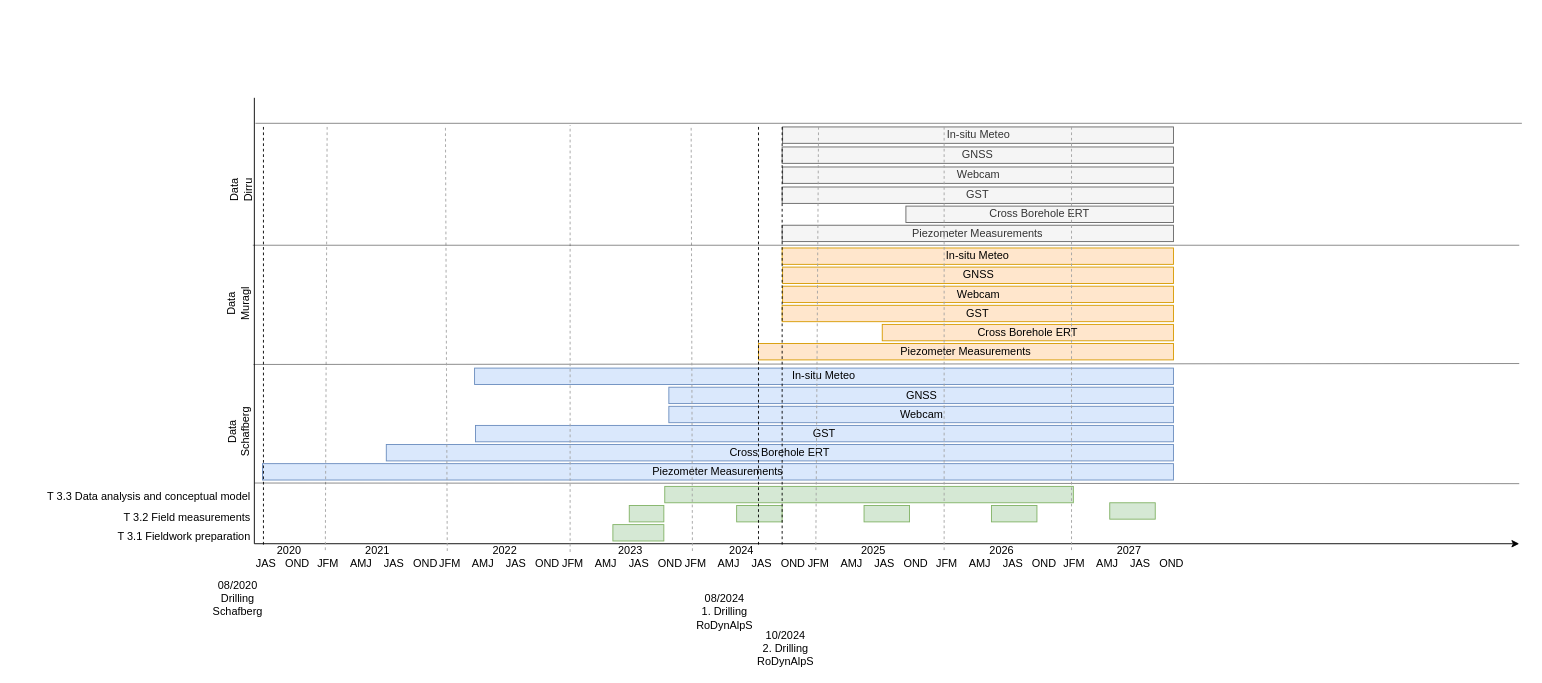
Above: TimeLineRoDynAlpS.drawio in mli2140/mli2140 (draw.io), before the change. Source tidied: cells renumbered, new cells numbered last; positions are measured from the earlier drawing's top-left corner, leaving out a move shared by most shapes. Both pictures are drawn from the tidied source at 91%, with x=0, y=0 at pixel (15, 97).
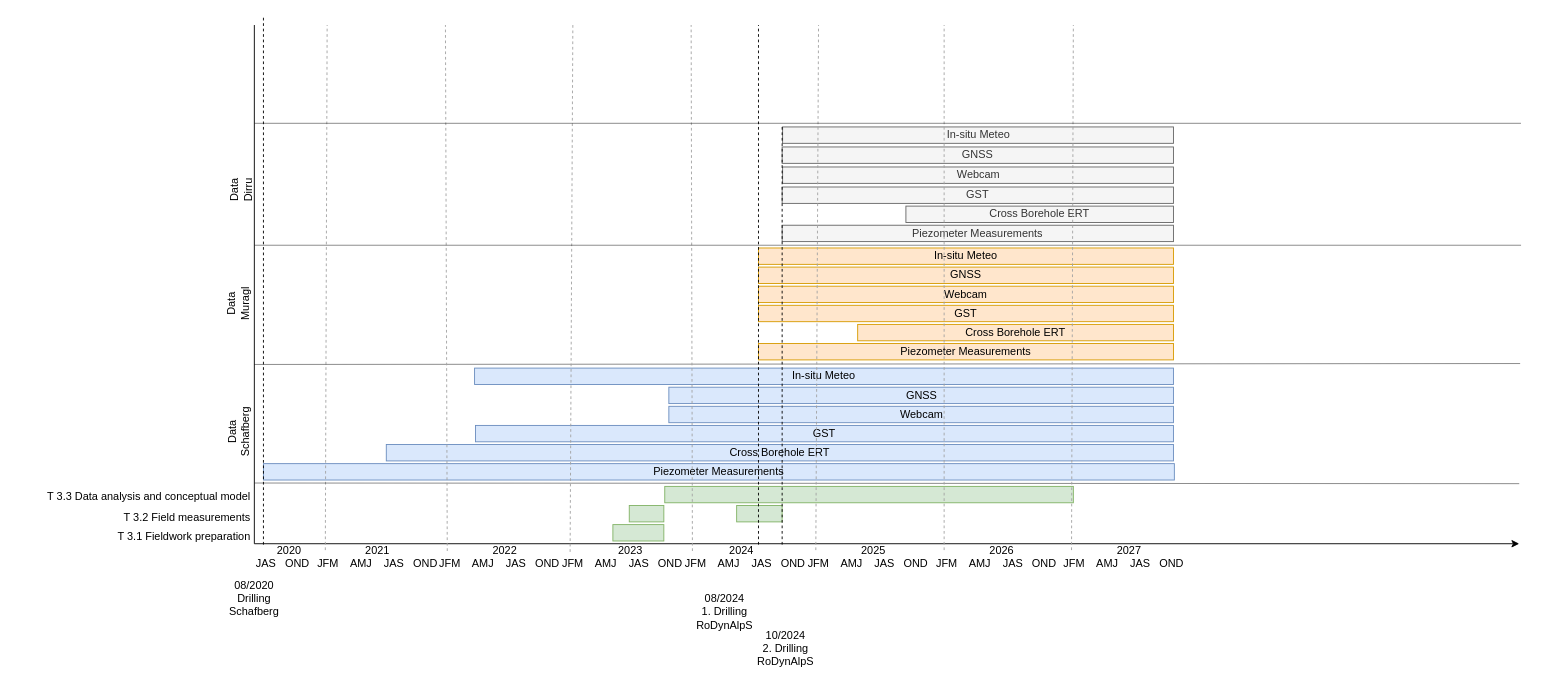
The same page after the edit.

The edit, as a diff of the source:
```diff
@@
     <mxCell id="2" value="Webcam" style="html=1;whiteSpace=wrap;fillColor=#ffe6cc;strokeColor=#d79b00;" parent="1" vertex="1">
-      <mxGeometry x="842.5" y="207" width="429.5" height="18" as="geometry" />
+      <mxGeometry x="816" y="207" width="456" height="18" as="geometry" />
     </mxCell>
     <mxCell id="3" value="GNSS" style="html=1;whiteSpace=wrap;fillColor=#ffe6cc;strokeColor=#d79b00;" parent="1" vertex="1">
-      <mxGeometry x="842.5" y="186" width="429.5" height="18" as="geometry" />
+      <mxGeometry x="816" y="186" width="456" height="18" as="geometry" />
     </mxCell>
     <mxCell id="4" value="In-situ Meteo" style="html=1;whiteSpace=wrap;fillColor=#ffe6cc;strokeColor=#d79b00;" parent="1" vertex="1">
-      <mxGeometry x="842" y="165" width="430" height="18" as="geometry" />
+      <mxGeometry x="816" y="165" width="456" height="18" as="geometry" />
     </mxCell>
@@
     <mxCell id="6" value="Cross Borehole ERT" style="html=1;whiteSpace=wrap;fillColor=#ffe6cc;strokeColor=#d79b00;" parent="1" vertex="1">
-      <mxGeometry x="952" y="249" width="320" height="18" as="geometry" />
+      <mxGeometry x="925" y="249" width="347" height="18" as="geometry" />
     </mxCell>
     <mxCell id="7" value="GST" style="html=1;whiteSpace=wrap;fillColor=#ffe6cc;strokeColor=#d79b00;" parent="1" vertex="1">
-      <mxGeometry x="842" y="228" width="430" height="18" as="geometry" />
+      <mxGeometry x="816" y="228" width="456" height="18" as="geometry" />
     </mxCell>
@@
     <mxCell id="17" value="Piezometer Measurements" style="html=1;whiteSpace=wrap;fillColor=#dae8fc;strokeColor=#6c8ebf;" parent="1" vertex="1">
-      <mxGeometry x="271" y="402" width="1001" height="18" as="geometry" />
+      <mxGeometry x="272" y="402" width="1001" height="18" as="geometry" />
     </mxCell>
@@
     <mxCell id="23" style="line;strokeWidth=1;html=1;direction=south;" parent="1" vertex="1">
-      <mxGeometry x="257" width="10" height="490" as="geometry" />
+      <mxGeometry x="257" y="-80" width="10" height="570" as="geometry" />
     </mxCell>
     <mxCell id="24" style="endArrow=none;dashed=1;html=1;rounded=0;" parent="1" edge="1">
       <mxGeometry relative="1" as="geometry">
         <mxPoint x="272" y="491" as="sourcePoint" />
-        <mxPoint x="272" y="30" as="targetPoint" />
+        <mxPoint x="272" y="-90" as="targetPoint" />
       </mxGeometry>
     </mxCell>
     <mxCell id="25" value="&lt;div&gt;08/2020&lt;/div&gt;&lt;div&gt;Drilling Schafberg&lt;br&gt;&lt;/div&gt;" style="text;html=1;strokeColor=none;fillColor=none;align=center;verticalAlign=middle;whiteSpace=wrap;rounded=0;" parent="1" vertex="1">
-      <mxGeometry x="214.3" y="535" width="60" height="30" as="geometry" />
+      <mxGeometry x="232" y="535" width="60" height="30" as="geometry" />
     </mxCell>
     <mxCell id="26" style="endArrow=none;dashed=1;html=1;rounded=0;strokeColor=#A3A3A3;" parent="1" edge="1">
       <mxGeometry relative="1" as="geometry">
         <mxPoint x="340" y="497" as="sourcePoint" />
-        <mxPoint x="342" y="30" as="targetPoint" />
+        <mxPoint x="342" y="-80" as="targetPoint" />
       </mxGeometry>
     </mxCell>
@@
     <mxCell id="29" style="endArrow=none;html=1;rounded=0;exitX=0.554;exitY=0.271;exitDx=0;exitDy=0;exitPerimeter=0;strokeWidth=0.5;" parent="1" edge="1">
       <mxGeometry relative="1" as="geometry">
-        <mxPoint x="261" y="293" as="sourcePoint" />
-        <mxPoint x="1652" y="292" as="targetPoint" />
+        <mxPoint x="262" y="293" as="sourcePoint" />
+        <mxPoint x="1653" y="292" as="targetPoint" />
       </mxGeometry>
     </mxCell>
@@
     <mxCell id="35" style="endArrow=none;dashed=1;html=1;rounded=0;strokeColor=#A3A3A3;" parent="1" edge="1">
       <mxGeometry relative="1" as="geometry">
         <mxPoint x="474" y="498" as="sourcePoint" />
-        <mxPoint x="472" y="30" as="targetPoint" />
+        <mxPoint x="472" y="-80" as="targetPoint" />
       </mxGeometry>
     </mxCell>
     <mxCell id="36" style="endArrow=none;dashed=1;html=1;rounded=0;strokeColor=#A3A3A3;" parent="1" edge="1">
       <mxGeometry relative="1" as="geometry">
         <mxPoint x="609" y="499" as="sourcePoint" />
-        <mxPoint x="609" y="30" as="targetPoint" />
+        <mxPoint x="612" y="-80" as="targetPoint" />
       </mxGeometry>
     </mxCell>
@@
     <mxCell id="45" style="endArrow=none;dashed=1;html=1;rounded=0;strokeColor=#A3A3A3;" parent="1" edge="1">
       <mxGeometry relative="1" as="geometry">
         <mxPoint x="879" y="497" as="sourcePoint" />
-        <mxPoint x="882" y="30" as="targetPoint" />
+        <mxPoint x="882" y="-80" as="targetPoint" />
       </mxGeometry>
     </mxCell>
@@
     <mxCell id="51" style="endArrow=none;dashed=1;html=1;rounded=0;" parent="1" edge="1">
       <mxGeometry relative="1" as="geometry">
         <mxPoint x="816" y="491" as="sourcePoint" />
-        <mxPoint x="816" y="30" as="targetPoint" />
+        <mxPoint x="816" y="-80" as="targetPoint" />
       </mxGeometry>
     </mxCell>
     <mxCell id="52" style="endArrow=none;dashed=1;html=1;rounded=0;strokeColor=#A3A3A3;" parent="1" edge="1">
       <mxGeometry relative="1" as="geometry">
         <mxPoint x="743.4" y="498" as="sourcePoint" />
-        <mxPoint x="742" y="30" as="targetPoint" />
+        <mxPoint x="742" y="-80" as="targetPoint" />
       </mxGeometry>
     </mxCell>
@@
     <mxCell id="55" style="endArrow=none;dashed=1;html=1;rounded=0;strokeColor=#A3A3A3;" parent="1" edge="1">
       <mxGeometry relative="1" as="geometry">
         <mxPoint x="1020" y="497" as="sourcePoint" />
-        <mxPoint x="1020" y="30" as="targetPoint" />
+        <mxPoint x="1020" y="-80" as="targetPoint" />
       </mxGeometry>
     </mxCell>
@@
     <mxCell id="58" style="endArrow=none;dashed=1;html=1;rounded=0;strokeColor=#A3A3A3;" parent="1" edge="1">
       <mxGeometry relative="1" as="geometry">
         <mxPoint x="1160" y="497" as="sourcePoint" />
-        <mxPoint x="1160" y="30" as="targetPoint" />
+        <mxPoint x="1162" y="-80" as="targetPoint" />
       </mxGeometry>
     </mxCell>
     <mxCell id="59" style="endArrow=none;html=1;rounded=0;exitX=0.554;exitY=0.271;exitDx=0;exitDy=0;exitPerimeter=0;strokeWidth=0.5;" parent="1" edge="1">
       <mxGeometry relative="1" as="geometry">
-        <mxPoint x="260.3" y="162" as="sourcePoint" />
-        <mxPoint x="1652" y="162" as="targetPoint" />
+        <mxPoint x="262.3" y="162" as="sourcePoint" />
+        <mxPoint x="1654" y="162" as="targetPoint" />
       </mxGeometry>
     </mxCell>
@@
     <mxCell id="63" style="endArrow=none;html=1;rounded=0;exitX=0.554;exitY=0.271;exitDx=0;exitDy=0;exitPerimeter=0;strokeWidth=0.5;" parent="1" edge="1">
       <mxGeometry relative="1" as="geometry">
-        <mxPoint x="263.2" y="28" as="sourcePoint" />
-        <mxPoint x="1654.9" y="28" as="targetPoint" />
+        <mxPoint x="262.2" y="28" as="sourcePoint" />
+        <mxPoint x="1653.9" y="28" as="targetPoint" />
       </mxGeometry>
     </mxCell>
@@
-    <mxCell id="65" style="html=1;whiteSpace=wrap;fillColor=#d5e8d4;strokeColor=#82b366;" parent="1" vertex="1">
-      <mxGeometry x="932" y="448" width="50" height="18" as="geometry" />
-    </mxCell>
-    <mxCell id="66" style="html=1;whiteSpace=wrap;fillColor=#d5e8d4;strokeColor=#82b366;" parent="1" vertex="1">
-      <mxGeometry x="1072" y="448" width="50" height="18" as="geometry" />
-    </mxCell>
-    <mxCell id="67" style="html=1;whiteSpace=wrap;fillColor=#d5e8d4;strokeColor=#82b366;" parent="1" vertex="1">
-      <mxGeometry x="1202" y="445" width="50" height="18" as="geometry" />
-    </mxCell>
```
